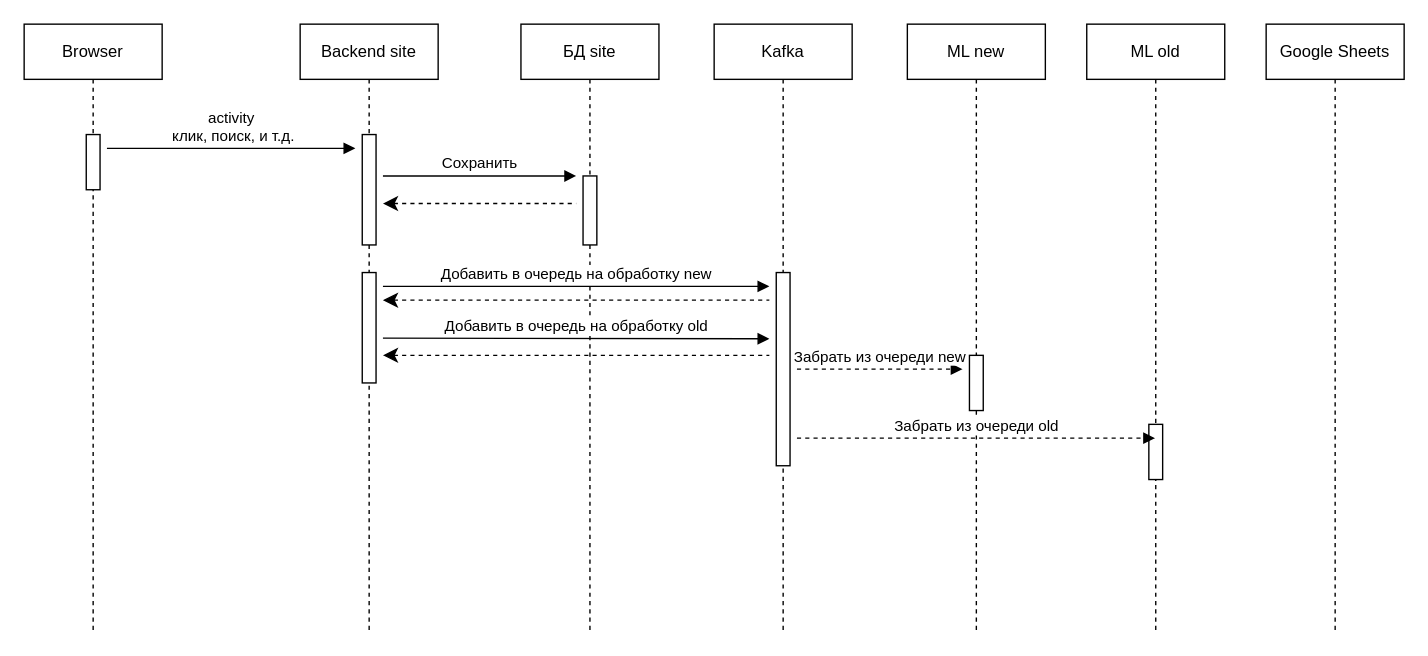
Earlier version of the draw.io diagram Диаграмма без названия.drawio (AleksandrChukhleb/test). Source tidied: cells renumbered, new cells numbered last; positions are measured from the earlier drawing's top-left corner, leaving out a move shared by most shapes. Both pictures are drawn from the tidied source at 138%, with x=0, y=0 at pixel (23, 23).
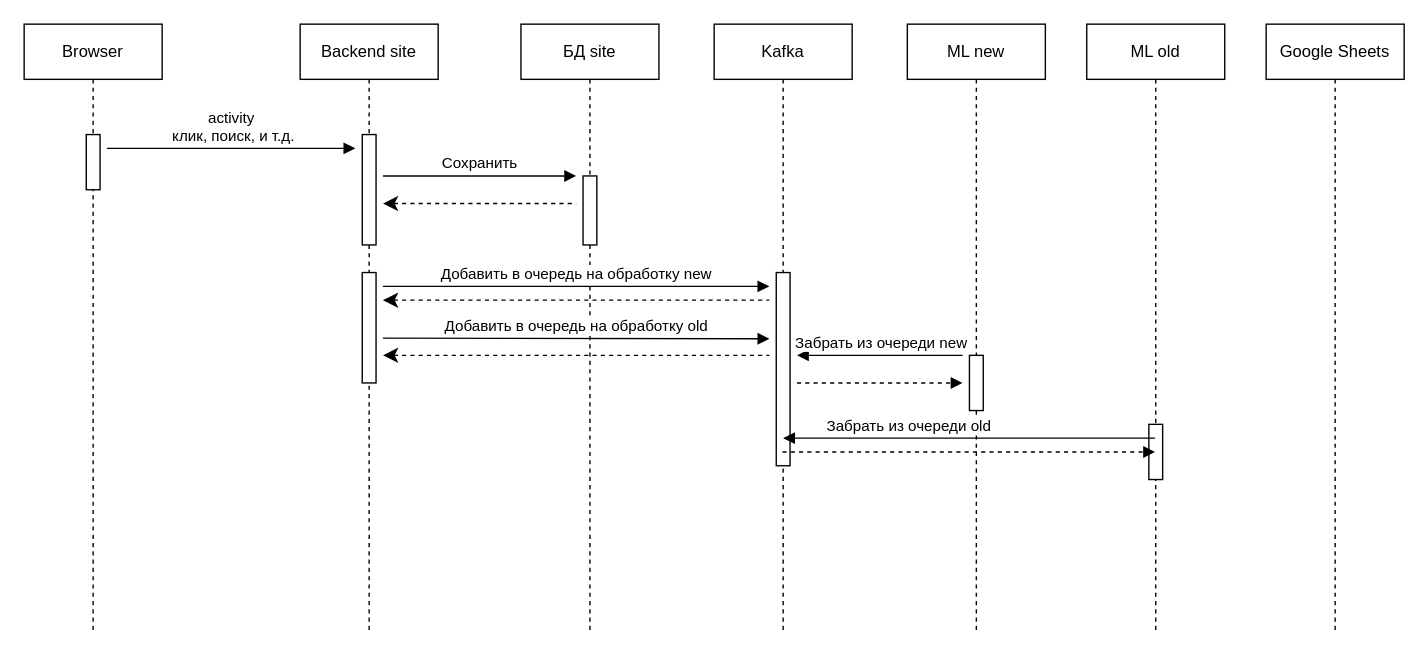
Above is the later version.

The change refers to these unchanged cells:
```xml
<mxCell id="15" value="ML old" style="shape=umlLifeline;perimeter=lifelinePerimeter;whiteSpace=wrap;html=1;outlineConnect=0;portConstraint=eastwest;newEdgeStyle={&quot;curved&quot;:0,&quot;rounded&quot;:0};" parent="1" vertex="1">
  <mxGeometry x="770" width="100" height="440" as="geometry" />
</mxCell>
<mxCell id="17" value="Kafka" style="shape=umlLifeline;perimeter=lifelinePerimeter;whiteSpace=wrap;html=1;outlineConnect=0;portConstraint=eastwest;newEdgeStyle={&quot;curved&quot;:0,&quot;rounded&quot;:0};" parent="1" vertex="1">
  <mxGeometry x="500" width="100" height="440" as="geometry" />
</mxCell>
```

Diff of the diagram source:
```diff
@@
-    <mxCell id="21" value="Забрать из очереди new" style="html=1;verticalAlign=bottom;startArrow=none;startFill=0;endArrow=block;startSize=8;curved=0;rounded=0;dashed=1;" parent="1" edge="1">
+    <mxCell id="21" style="html=1;verticalAlign=bottom;startArrow=none;startFill=0;endArrow=block;startSize=8;curved=0;rounded=0;dashed=1;" parent="1" edge="1">
       <mxGeometry relative="1" as="geometry">
-        <mxPoint x="560" y="250" as="sourcePoint" />
-        <mxPoint x="680" y="250" as="targetPoint" />
+        <mxPoint x="560" y="260" as="sourcePoint" />
+        <mxPoint x="680" y="260" as="targetPoint" />
       </mxGeometry>
     </mxCell>
-    <mxCell id="22" value="Забрать из очереди old" style="html=1;verticalAlign=bottom;startArrow=none;startFill=0;endArrow=block;startSize=8;curved=0;rounded=0;dashed=1;" parent="1" edge="1" target="15">
+    <mxCell id="22" style="html=1;verticalAlign=bottom;startArrow=none;startFill=0;endArrow=block;startSize=8;curved=0;rounded=0;dashed=1;" parent="1" edge="1" source="17" target="15">
       <mxGeometry relative="1" as="geometry">
-        <mxPoint x="560" y="300" as="sourcePoint" />
+        <Array as="points">
+          <mxPoint x="650" y="310" />
+        </Array>
       </mxGeometry>
     </mxCell>
@@
+    <mxCell id="25" style="html=1;verticalAlign=bottom;startArrow=none;startFill=0;endArrow=block;startSize=8;curved=0;rounded=0;" parent="1" edge="1">
+      <mxGeometry relative="1" as="geometry">
+        <mxPoint x="680" y="240" as="sourcePoint" />
+        <mxPoint x="560" y="240" as="targetPoint" />
+        <Array as="points">
+          <mxPoint x="610" y="240" />
+        </Array>
+      </mxGeometry>
+    </mxCell>
+    <mxCell id="26" value="Забрать из очереди new" style="edgeLabel;html=1;align=center;verticalAlign=middle;" parent="25" vertex="1">
+      <mxGeometry x="0.28" y="-2" relative="1" as="geometry">
+        <mxPoint x="17" y="-8" as="offset" />
+      </mxGeometry>
+    </mxCell>
+    <mxCell id="27" style="html=1;verticalAlign=bottom;startArrow=none;startFill=0;endArrow=block;startSize=8;curved=0;rounded=0;" parent="1" edge="1" source="15">
+      <mxGeometry relative="1" as="geometry">
+        <mxPoint x="550" y="300" as="targetPoint" />
+        <Array as="points">
+          <mxPoint x="600" y="300" />
+        </Array>
+      </mxGeometry>
+    </mxCell>
+    <mxCell id="28" value="Забрать из очереди old" style="edgeLabel;html=1;align=center;verticalAlign=middle;" parent="27" vertex="1">
+      <mxGeometry x="0.32" y="2" relative="1" as="geometry">
+        <mxPoint x="-1" y="-12" as="offset" />
+      </mxGeometry>
+    </mxCell>
```
